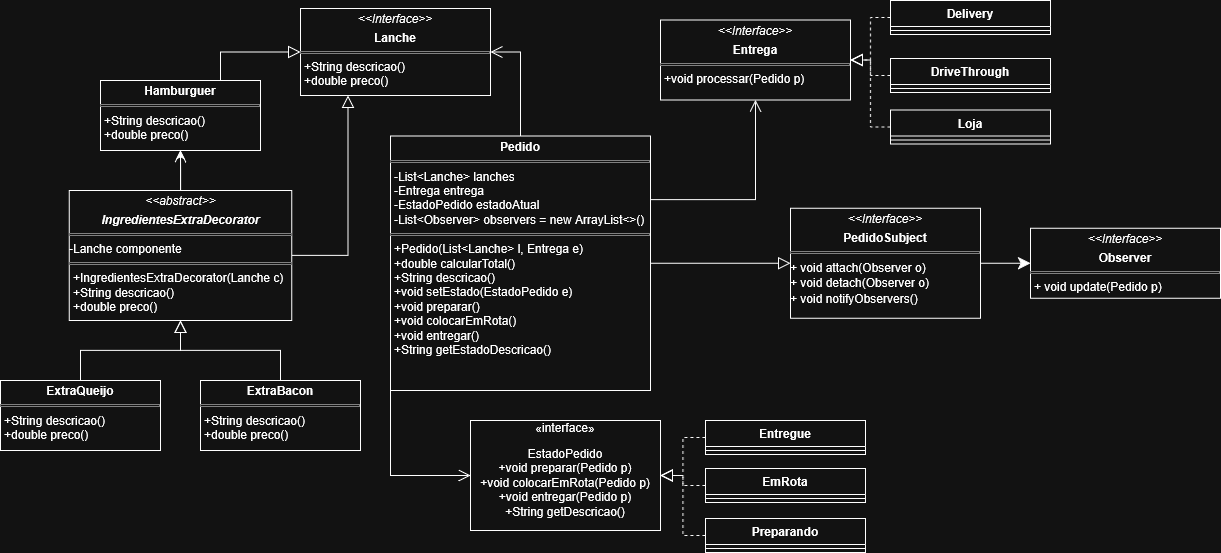
Before: Hamburgueria.drawio.png, a diagram exported from draw.io (carlosChanpio70-college/Chain-of-Responsibility). Source tidied: cells renumbered, new cells last; positions are measured from the earlier drawing's top-left corner, leaving out a move shared by most shapes.
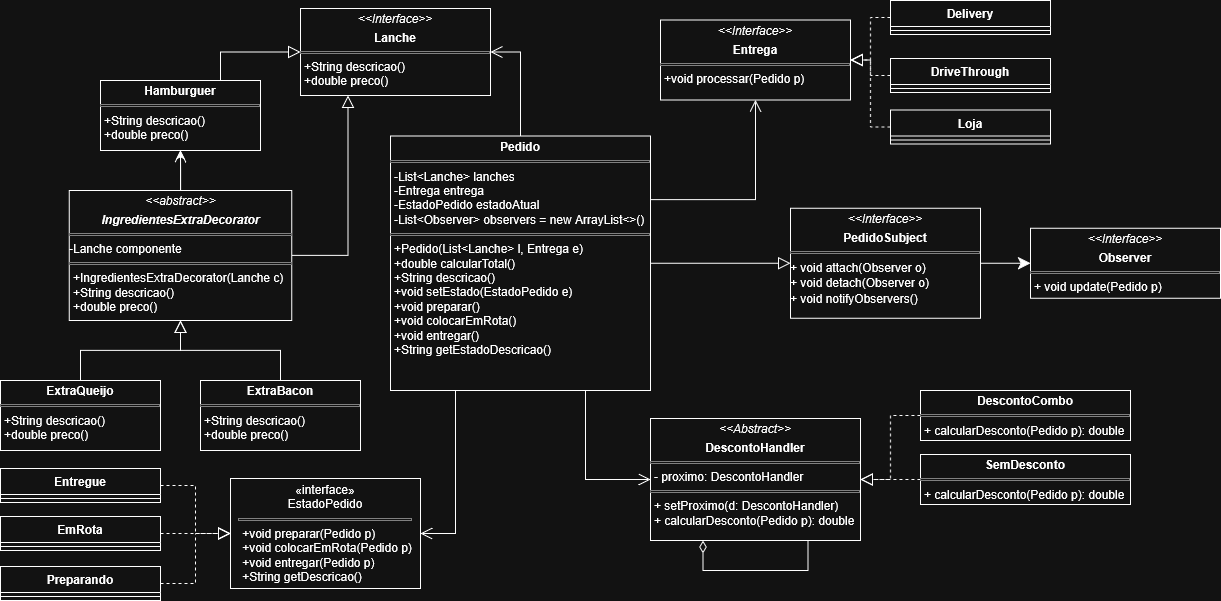
After the commit.

Change to the diagram source:
```diff
@@ -26,12 +26,15 @@
     <mxCell id="9" style="edgeStyle=orthogonalEdgeStyle;rounded=0;jettySize=auto;html=1;entryX=1;entryY=0.5;entryDx=0;entryDy=0;endArrow=open;endFill=0;endSize=10;exitX=0.5;exitY=0;exitDx=0;exitDy=0;" parent="1" edge="1" source="12" target="19">
       <mxGeometry relative="1" as="geometry" />
     </mxCell>
-    <mxCell id="10" style="edgeStyle=orthogonalEdgeStyle;rounded=0;jettySize=auto;html=1;endSize=10;endArrow=open;endFill=0;exitX=0;exitY=1;exitDx=0;exitDy=0;entryX=0;entryY=0.5;entryDx=0;entryDy=0;" parent="1" edge="1" source="12" target="28">
+    <mxCell id="10" style="edgeStyle=orthogonalEdgeStyle;rounded=0;jettySize=auto;html=1;endSize=10;endArrow=open;endFill=0;exitX=0.25;exitY=1;exitDx=0;exitDy=0;entryX=1;entryY=0.5;entryDx=0;entryDy=0;" parent="1" edge="1" source="12" target="28">
       <mxGeometry relative="1" as="geometry" />
     </mxCell>
     <mxCell id="11" style="edgeStyle=orthogonalEdgeStyle;rounded=0;jettySize=auto;html=1;endArrow=block;endFill=0;endSize=10;" parent="1" edge="1" source="12" target="39">
       <mxGeometry relative="1" as="geometry" />
     </mxCell>
+    <mxCell id="41" style="edgeStyle=orthogonalEdgeStyle;rounded=0;jettySize=auto;html=1;entryX=0;entryY=0.5;entryDx=0;entryDy=0;exitX=0.75;exitY=1;exitDx=0;exitDy=0;endSize=10;endArrow=open;endFill=0;" parent="1" edge="1" source="12" target="42">
+      <mxGeometry relative="1" as="geometry" />
+    </mxCell>
     <mxCell id="12" value="&lt;p style=&quot;margin:0px;margin-top:4px;text-align:center;&quot;&gt;&lt;b&gt;Pedido&lt;/b&gt;&lt;/p&gt;&lt;hr size=&quot;1&quot; style=&quot;border-style:solid;&quot;&gt;&lt;p style=&quot;margin:0px;margin-left:4px;&quot;&gt;-List&amp;lt;Lanche&amp;gt; lanches&lt;/p&gt;&lt;p style=&quot;margin:0px;margin-left:4px;&quot;&gt;-Entrega entrega&lt;/p&gt;&lt;p style=&quot;margin:0px;margin-left:4px;&quot;&gt;&lt;span style=&quot;white-space: pre-wrap&quot;&gt;-EstadoPedido estadoAtual&lt;/span&gt;&lt;/p&gt;&lt;p style=&quot;margin:0px;margin-left:4px;&quot;&gt;-List&amp;lt;Observer&amp;gt; observers = new ArrayList&amp;lt;&amp;gt;()&lt;/p&gt;&lt;hr size=&quot;1&quot; style=&quot;border-style:solid;&quot;&gt;&lt;p style=&quot;margin:0px;margin-left:4px;&quot;&gt;+Pedido(List&amp;lt;Lanche&amp;gt;&amp;nbsp;l, Entrega e)&lt;/p&gt;&lt;p style=&quot;margin:0px;margin-left:4px;&quot;&gt;+double calcularTotal()&lt;/p&gt;&lt;p style=&quot;margin:0px;margin-left:4px;&quot;&gt;+String descricao()&lt;/p&gt;&lt;p style=&quot;margin:0px;margin-left:4px;&quot;&gt;+void setEstado(EstadoPedido e)&lt;br&gt;+void preparar()&lt;br&gt;+void colocarEmRota()&lt;br&gt;+void entregar()&lt;br&gt;+String getEstadoDescricao()&lt;/p&gt;" style="verticalAlign=top;align=left;overflow=fill;html=1;whiteSpace=wrap;fillColor=none;" parent="1" vertex="1">
       <mxGeometry x="390" y="135.5" width="260" height="254.5" as="geometry" />
     </mxCell>
@@ -80,14 +83,14 @@
     <mxCell id="27" value="&lt;p style=&quot;margin:0px;margin-top:4px;text-align:center;&quot;&gt;&lt;b&gt;ExtraBacon&lt;/b&gt;&lt;/p&gt;&lt;hr size=&quot;1&quot; style=&quot;border-style:solid;&quot;&gt;&lt;p style=&quot;margin:0px;margin-left:4px;&quot;&gt;+String descricao()&lt;/p&gt;&lt;p style=&quot;margin:0px;margin-left:4px;&quot;&gt;+double preco()&lt;/p&gt;" style="verticalAlign=top;align=left;overflow=fill;html=1;whiteSpace=wrap;" parent="1" vertex="1">
       <mxGeometry x="200" y="380" width="160" height="70" as="geometry" />
     </mxCell>
-    <mxCell id="28" value="«interface»&lt;br&gt;&lt;p dir=&quot;auto&quot; style=&quot;white-space: pre-wrap;&quot;&gt;EstadoPedido&lt;br/&gt;+void preparar(Pedido p)&lt;br/&gt;+void colocarEmRota(Pedido p)&lt;br/&gt;+void entregar(Pedido p)&lt;br/&gt;+String getDescricao()&lt;/p&gt;" style="html=1;whiteSpace=wrap;" parent="1" vertex="1">
-      <mxGeometry x="470" y="420" width="190" height="110" as="geometry" />
+    <mxCell id="28" value="&lt;div&gt;«interface»&lt;/div&gt;&lt;div&gt;&lt;span style=&quot;white-space: pre-wrap&quot;&gt;EstadoPedido&lt;/span&gt;&lt;/div&gt;&lt;div align=&quot;left&quot;&gt;&lt;p style=&quot;margin:0px;margin-left:4px;&quot;&gt;&lt;/p&gt;&lt;p style=&quot;margin:0px;margin-left:4px;&quot;&gt;&lt;/p&gt;&lt;p style=&quot;margin:0px;margin-left:4px;&quot;&gt;&lt;/p&gt;&lt;hr size=&quot;1&quot; style=&quot;border-style:solid;&quot;&gt;&lt;p style=&quot;margin:0px;margin-left:4px;&quot;&gt;&lt;span style=&quot;white-space: pre-wrap&quot;&gt;+void preparar(Pedido p)&lt;/span&gt;&lt;/p&gt;&lt;p style=&quot;margin:0px;margin-left:4px;&quot;&gt;&lt;span style=&quot;white-space: pre-wrap&quot;&gt;+void colocarEmRota(Pedido p)&lt;/span&gt;&lt;/p&gt;&lt;p style=&quot;margin:0px;margin-left:4px;&quot;&gt;&lt;span style=&quot;white-space: pre-wrap&quot;&gt;+void entregar(Pedido p)&lt;/span&gt;&lt;/p&gt;&lt;p style=&quot;margin:0px;margin-left:4px;&quot;&gt;&lt;span style=&quot;white-space: pre-wrap&quot;&gt;+String getDescricao()&lt;/span&gt;&lt;/p&gt;&lt;/div&gt;" style="html=1;whiteSpace=wrap;" parent="1" vertex="1">
+      <mxGeometry x="230" y="478" width="190" height="110" as="geometry" />
     </mxCell>
     <mxCell id="29" style="edgeStyle=orthogonalEdgeStyle;rounded=0;jettySize=auto;html=1;endSize=10;endArrow=block;endFill=0;dashed=1;" parent="1" edge="1" source="30" target="28">
       <mxGeometry relative="1" as="geometry" />
     </mxCell>
     <mxCell id="30" value="&lt;div&gt;Preparando&lt;/div&gt;" style="swimlane;fontStyle=1;align=center;verticalAlign=top;horizontal=1;startSize=26;whiteSpace=wrap;html=1;" parent="1" vertex="1">
-      <mxGeometry x="705" y="518" width="160" height="34" as="geometry" />
+      <mxGeometry y="566" width="160" height="34" as="geometry" />
     </mxCell>
     <mxCell id="31" style="line;strokeWidth=1;fillColor=none;align=left;verticalAlign=middle;spacingTop=-1;spacingLeft=3;spacingRight=3;labelPosition=right;strokeColor=inherit;" parent="30" vertex="1">
       <mxGeometry y="26" width="160" height="8" as="geometry" />
@@ -96,7 +99,7 @@
       <mxGeometry relative="1" as="geometry" />
     </mxCell>
     <mxCell id="33" value="&lt;div&gt;EmRota&lt;/div&gt;" style="swimlane;fontStyle=1;align=center;verticalAlign=top;horizontal=1;startSize=26;whiteSpace=wrap;html=1;" parent="1" vertex="1">
-      <mxGeometry x="705" y="468" width="160" height="34" as="geometry" />
+      <mxGeometry y="516" width="160" height="34" as="geometry" />
     </mxCell>
     <mxCell id="34" style="line;strokeWidth=1;fillColor=none;align=left;verticalAlign=middle;spacingTop=-1;spacingLeft=3;spacingRight=3;labelPosition=right;strokeColor=inherit;" parent="33" vertex="1">
       <mxGeometry y="26" width="160" height="8" as="geometry" />
@@ -105,7 +108,7 @@
       <mxGeometry relative="1" as="geometry" />
     </mxCell>
     <mxCell id="36" value="Entregue" style="swimlane;fontStyle=1;align=center;verticalAlign=top;horizontal=1;startSize=26;whiteSpace=wrap;html=1;" parent="1" vertex="1">
-      <mxGeometry x="705" y="420" width="160" height="34" as="geometry" />
+      <mxGeometry y="468" width="160" height="34" as="geometry" />
     </mxCell>
     <mxCell id="37" style="line;strokeWidth=1;fillColor=none;align=left;verticalAlign=middle;spacingTop=-1;spacingLeft=3;spacingRight=3;labelPosition=right;strokeColor=inherit;" parent="36" vertex="1">
       <mxGeometry y="26" width="160" height="8" as="geometry" />
@@ -119,5 +122,28 @@
     <mxCell id="40" value="&lt;p style=&quot;margin:0px;margin-top:4px;text-align:center;&quot;&gt;&lt;i&gt;&amp;lt;&amp;lt;Interface&amp;gt;&amp;gt;&lt;/i&gt;&lt;b&gt;&lt;br&gt;&lt;/b&gt;&lt;/p&gt;&lt;p style=&quot;margin:0px;margin-top:4px;text-align:center;&quot;&gt;&lt;b&gt;Observer&lt;/b&gt;&lt;/p&gt;&lt;hr size=&quot;1&quot; style=&quot;border-style:solid;&quot;&gt;&lt;p style=&quot;margin:0px;margin-left:4px;&quot;&gt;&lt;span style=&quot;white-space: pre-wrap&quot;&gt;+ void update(Pedido p)&lt;/span&gt;&lt;/p&gt;&lt;p&gt;&lt;/p&gt;" style="verticalAlign=top;align=left;overflow=fill;html=1;whiteSpace=wrap;" parent="1" vertex="1">
       <mxGeometry x="1030" y="227.8" width="190" height="70" as="geometry" />
     </mxCell>
+    <mxCell id="42" value="&lt;p style=&quot;margin:0px;margin-top:4px;text-align:center;&quot;&gt;&lt;i&gt;&amp;lt;&amp;lt;Abstract&amp;gt;&amp;gt;&lt;/i&gt;&lt;b&gt;&lt;br&gt;&lt;/b&gt;&lt;/p&gt;&lt;p style=&quot;margin:0px;margin-top:4px;text-align:center;&quot;&gt;&lt;b&gt;DescontoHandler&lt;/b&gt;&lt;/p&gt;&lt;hr size=&quot;1&quot; style=&quot;border-style:solid;&quot;&gt;&lt;p style=&quot;margin:0px;margin-left:4px;&quot;&gt;- proximo: DescontoHandler&lt;/p&gt;&lt;p style=&quot;margin:0px;margin-left:4px;&quot;&gt;&lt;/p&gt;&lt;p style=&quot;margin:0px;margin-left:4px;&quot;&gt;&lt;/p&gt;&lt;hr size=&quot;1&quot; style=&quot;border-style:solid;&quot;&gt;&lt;p style=&quot;margin:0px;margin-left:4px;&quot;&gt;+ setProximo(d: DescontoHandler)&lt;/p&gt;&lt;p style=&quot;margin:0px;margin-left:4px;&quot;&gt;+ calcularDesconto(Pedido p): double&lt;/p&gt;&lt;p&gt;&lt;/p&gt;" style="verticalAlign=top;align=left;overflow=fill;html=1;whiteSpace=wrap;" parent="1" vertex="1">
+      <mxGeometry x="650" y="418" width="210" height="122" as="geometry" />
+    </mxCell>
+    <mxCell id="43" style="edgeStyle=orthogonalEdgeStyle;rounded=0;jettySize=auto;html=1;endSize=10;endArrow=block;endFill=0;dashed=1;" parent="1" edge="1" source="45" target="42">
+      <mxGeometry relative="1" as="geometry" />
+    </mxCell>
+    <mxCell id="44" style="edgeStyle=orthogonalEdgeStyle;rounded=0;jettySize=auto;html=1;endSize=10;endArrow=block;endFill=0;dashed=1;" parent="1" edge="1" source="46" target="42">
+      <mxGeometry relative="1" as="geometry" />
+    </mxCell>
+    <mxCell id="45" value="&lt;p style=&quot;margin:0px;margin-top:4px;text-align:center;&quot;&gt;&lt;b&gt;DescontoCombo&lt;/b&gt;&lt;/p&gt;&lt;hr size=&quot;1&quot; style=&quot;border-style:solid;&quot;&gt;&lt;p style=&quot;margin:0px;margin-left:4px;&quot;&gt;+ calcularDesconto(Pedido p): double&lt;/p&gt;" style="verticalAlign=top;align=left;overflow=fill;html=1;whiteSpace=wrap;" parent="1" vertex="1">
+      <mxGeometry x="920" y="390" width="210" height="50" as="geometry" />
+    </mxCell>
+    <mxCell id="46" value="&lt;p style=&quot;margin:0px;margin-top:4px;text-align:center;&quot;&gt;&lt;b&gt;SemDesconto&lt;/b&gt;&lt;/p&gt;&lt;hr size=&quot;1&quot; style=&quot;border-style:solid;&quot;&gt;&lt;p style=&quot;margin:0px;margin-left:4px;&quot;&gt;+ calcularDesconto(Pedido p): double&lt;/p&gt;" style="verticalAlign=top;align=left;overflow=fill;html=1;whiteSpace=wrap;" parent="1" vertex="1">
+      <mxGeometry x="920" y="454" width="210" height="50" as="geometry" />
+    </mxCell>
+    <mxCell id="47" style="edgeStyle=orthogonalEdgeStyle;rounded=0;orthogonalLoop=1;jettySize=auto;html=1;exitX=0.75;exitY=1;exitDx=0;exitDy=0;entryX=0.25;entryY=1;entryDx=0;entryDy=0;endArrow=diamondThin;endFill=0;endSize=10;startSize=10;" parent="1" edge="1" source="42" target="42">
+      <mxGeometry relative="1" as="geometry">
+        <Array as="points">
+          <mxPoint x="808" y="570" />
+          <mxPoint x="703" y="570" />
+        </Array>
+      </mxGeometry>
+    </mxCell>
   </root>
 </mxGraphModel>
```
